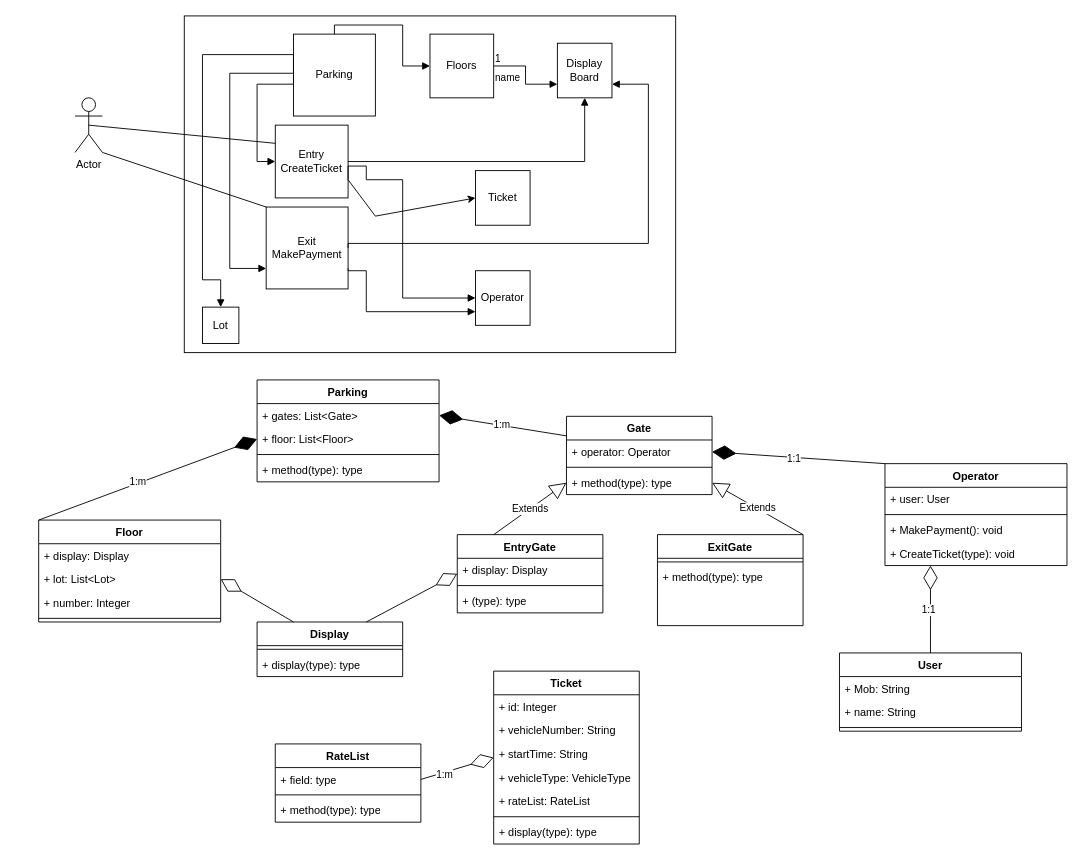
Above: DesignParkingLot.drawio in aktomer06/Draw.io (draw.io), before the change. Source tidied: cells renumbered, new cells numbered last; positions are measured from the earlier drawing's top-left corner, leaving out a move shared by most shapes. Both pictures are drawn from the tidied source at 91%, with x=0, y=0 at pixel (38, 15).
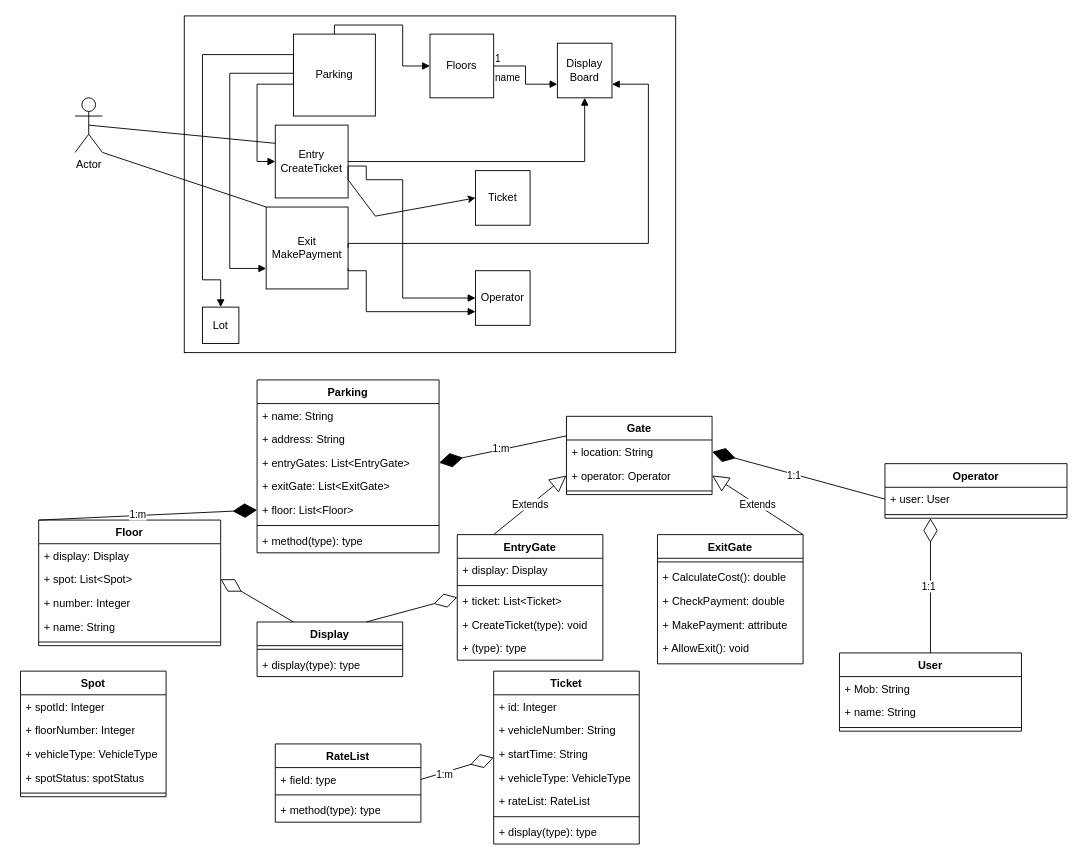
The same diagram, later.

The change refers to these unchanged cells:
```xml
<mxCell id="25" value="Gate" style="swimlane;fontStyle=1;align=center;verticalAlign=top;horizontal=1;startSize=26;whiteSpace=wrap;html=1;" parent="1" vertex="1">
  <mxGeometry x="580" y="440" width="160" height="86" as="geometry" />
</mxCell>
<mxCell id="46" value="+ user: User" style="text;strokeColor=none;fillColor=none;align=left;verticalAlign=top;spacingLeft=4;spacingRight=4;overflow=hidden;points=[[0,0.5],[1,0.5]];portConstraint=eastwest;whiteSpace=wrap;html=1;" parent="45" vertex="1">
  <mxGeometry y="26" width="200" height="26" as="geometry" />
</mxCell>
```

What changed in the source:
```diff
@@
+    <mxCell id="84" value="+ location: String" style="text;strokeColor=none;fillColor=none;align=left;verticalAlign=top;spacingLeft=4;spacingRight=4;overflow=hidden;points=[[0,0.5],[1,0.5]];portConstraint=eastwest;whiteSpace=wrap;html=1;" parent="25" vertex="1">
+      <mxGeometry y="26" width="160" height="26" as="geometry" />
+    </mxCell>
     <mxCell id="26" value="+ operator: Operator" style="text;strokeColor=none;fillColor=none;align=left;verticalAlign=top;spacingLeft=4;spacingRight=4;overflow=hidden;points=[[0,0.5],[1,0.5]];portConstraint=eastwest;whiteSpace=wrap;html=1;" parent="25" vertex="1">
-      <mxGeometry y="26" width="160" height="26" as="geometry" />
+      <mxGeometry y="52" width="160" height="26" as="geometry" />
     </mxCell>
     <mxCell id="27" style="line;strokeWidth=1;fillColor=none;align=left;verticalAlign=middle;spacingTop=-1;spacingLeft=3;spacingRight=3;labelPosition=right;strokeColor=inherit;" parent="25" vertex="1">
-      <mxGeometry y="52" width="160" height="8" as="geometry" />
+      <mxGeometry y="78" width="160" height="8" as="geometry" />
     </mxCell>
-    <mxCell id="28" value="+ method(type): type" style="text;strokeColor=none;fillColor=none;align=left;verticalAlign=top;spacingLeft=4;spacingRight=4;overflow=hidden;points=[[0,0.5],[1,0.5]];portConstraint=eastwest;whiteSpace=wrap;html=1;" parent="25" vertex="1">
-      <mxGeometry y="60" width="160" height="26" as="geometry" />
-    </mxCell>
     <mxCell id="29" value="Parking" style="swimlane;fontStyle=1;align=center;verticalAlign=top;horizontal=1;startSize=26;whiteSpace=wrap;html=1;" parent="1" vertex="1">
-      <mxGeometry x="240" y="400" width="200" height="112" as="geometry" />
+      <mxGeometry x="240" y="400" width="200" height="190" as="geometry" />
     </mxCell>
+    <mxCell id="85" value="+ name: String" style="text;strokeColor=none;fillColor=none;align=left;verticalAlign=top;spacingLeft=4;spacingRight=4;overflow=hidden;whiteSpace=wrap;html=1;" parent="29" vertex="1">
+      <mxGeometry y="26" width="200" height="26" as="geometry" />
+    </mxCell>
+    <mxCell id="86" value="+ address: String" style="text;strokeColor=none;fillColor=none;align=left;verticalAlign=top;spacingLeft=4;spacingRight=4;overflow=hidden;whiteSpace=wrap;html=1;" parent="29" vertex="1">
+      <mxGeometry y="52" width="200" height="26" as="geometry" />
+    </mxCell>
-    <mxCell id="30" value="+ gates: List&amp;lt;Gate&amp;gt;" style="text;strokeColor=none;fillColor=none;align=left;verticalAlign=top;spacingLeft=4;spacingRight=4;overflow=hidden;points=[[0,0.5],[1,0.5]];portConstraint=eastwest;whiteSpace=wrap;html=1;" parent="29" vertex="1">
-      <mxGeometry y="26" width="200" height="26" as="geometry" />
+    <mxCell id="30" value="+ entryGates: List&amp;lt;EntryGate&amp;gt;" style="text;strokeColor=none;fillColor=none;align=left;verticalAlign=top;spacingLeft=4;spacingRight=4;overflow=hidden;points=[[0,0.5],[1,0.5]];portConstraint=eastwest;whiteSpace=wrap;html=1;" parent="29" vertex="1">
+      <mxGeometry y="78" width="200" height="26" as="geometry" />
     </mxCell>
+    <mxCell id="87" value="+ exitGate: List&amp;lt;ExitGate&amp;gt;" style="text;strokeColor=none;fillColor=none;align=left;verticalAlign=top;spacingLeft=4;spacingRight=4;overflow=hidden;whiteSpace=wrap;html=1;" parent="29" vertex="1">
+      <mxGeometry y="104" width="200" height="26" as="geometry" />
+    </mxCell>
     <mxCell id="31" value="+ floor: List&amp;lt;Floor&amp;gt;" style="text;strokeColor=none;fillColor=none;align=left;verticalAlign=top;spacingLeft=4;spacingRight=4;overflow=hidden;points=[[0,0.5],[1,0.5]];portConstraint=eastwest;whiteSpace=wrap;html=1;" parent="29" vertex="1">
-      <mxGeometry y="52" width="200" height="26" as="geometry" />
+      <mxGeometry y="130" width="200" height="26" as="geometry" />
     </mxCell>
     <mxCell id="32" style="line;strokeWidth=1;fillColor=none;align=left;verticalAlign=middle;spacingTop=-1;spacingLeft=3;spacingRight=3;labelPosition=right;strokeColor=inherit;" parent="29" vertex="1">
-      <mxGeometry y="78" width="200" height="8" as="geometry" />
+      <mxGeometry y="156" width="200" height="8" as="geometry" />
     </mxCell>
     <mxCell id="33" value="+ method(type): type" style="text;strokeColor=none;fillColor=none;align=left;verticalAlign=top;spacingLeft=4;spacingRight=4;overflow=hidden;whiteSpace=wrap;html=1;" parent="29" vertex="1">
-      <mxGeometry y="86" width="200" height="26" as="geometry" />
+      <mxGeometry y="164" width="200" height="26" as="geometry" />
     </mxCell>
     <mxCell id="34" value="EntryGate" style="swimlane;fontStyle=1;align=center;verticalAlign=top;horizontal=1;startSize=26;whiteSpace=wrap;html=1;" parent="1" vertex="1">
-      <mxGeometry x="460" y="570" width="160" height="86" as="geometry" />
+      <mxGeometry x="460" y="570" width="160" height="138" as="geometry" />
     </mxCell>
@@
+    <mxCell id="88" value="+ ticket: List&amp;lt;Ticket&amp;gt;" style="text;strokeColor=none;fillColor=none;align=left;verticalAlign=top;spacingLeft=4;spacingRight=4;overflow=hidden;whiteSpace=wrap;html=1;" parent="34" vertex="1">
+      <mxGeometry y="60" width="160" height="26" as="geometry" />
+    </mxCell>
+    <mxCell id="49" value="+ CreateTicket(type): void" style="text;strokeColor=none;fillColor=none;align=left;verticalAlign=top;spacingLeft=4;spacingRight=4;overflow=hidden;whiteSpace=wrap;html=1;" parent="34" vertex="1">
+      <mxGeometry y="86" width="160" height="26" as="geometry" />
+    </mxCell>
     <mxCell id="37" value="+ (type): type" style="text;strokeColor=none;fillColor=none;align=left;verticalAlign=top;spacingLeft=4;spacingRight=4;overflow=hidden;whiteSpace=wrap;html=1;" parent="34" vertex="1">
-      <mxGeometry y="60" width="160" height="26" as="geometry" />
+      <mxGeometry y="112" width="160" height="26" as="geometry" />
     </mxCell>
     <mxCell id="38" value="ExitGate" style="swimlane;fontStyle=1;align=center;verticalAlign=top;horizontal=1;startSize=26;whiteSpace=wrap;html=1;" parent="1" vertex="1">
-      <mxGeometry x="680" y="570" width="160" height="100" as="geometry" />
+      <mxGeometry x="680" y="570" width="160" height="142" as="geometry" />
     </mxCell>
@@
-    <mxCell id="40" value="+ method(type): type" style="text;strokeColor=none;fillColor=none;align=left;verticalAlign=top;spacingLeft=4;spacingRight=4;overflow=hidden;whiteSpace=wrap;html=1;" parent="38" vertex="1">
-      <mxGeometry y="34" width="160" height="66" as="geometry" />
-    </mxCell>
+    <mxCell id="89" value="+ CalculateCost(): double" style="text;strokeColor=none;fillColor=none;align=left;verticalAlign=top;spacingLeft=4;spacingRight=4;overflow=hidden;whiteSpace=wrap;html=1;" parent="38" vertex="1">
+      <mxGeometry y="34" width="160" height="26" as="geometry" />
+    </mxCell>
+    <mxCell id="90" value="+ CheckPayment: double" style="text;strokeColor=none;fillColor=none;align=left;verticalAlign=top;spacingLeft=4;spacingRight=4;overflow=hidden;whiteSpace=wrap;html=1;" parent="38" vertex="1">
+      <mxGeometry y="60" width="160" height="26" as="geometry" />
+    </mxCell>
+    <mxCell id="91" value="+ MakePayment: attribute" style="text;strokeColor=none;fillColor=none;align=left;verticalAlign=top;spacingLeft=4;spacingRight=4;overflow=hidden;whiteSpace=wrap;html=1;" parent="38" vertex="1">
+      <mxGeometry y="86" width="160" height="26" as="geometry" />
+    </mxCell>
+    <mxCell id="48" value="+ AllowExit(): void" style="text;strokeColor=none;fillColor=none;align=left;verticalAlign=top;spacingLeft=4;spacingRight=4;overflow=hidden;whiteSpace=wrap;html=1;" parent="38" vertex="1">
+      <mxGeometry y="112" width="160" height="30" as="geometry" />
+    </mxCell>
-    <mxCell id="41" value="Extends" style="endArrow=block;endSize=16;endFill=0;html=1;rounded=0;entryX=0;entryY=0.5;entryDx=0;entryDy=0;exitX=0.25;exitY=0;exitDx=0;exitDy=0;" parent="1" edge="1" source="34" target="28">
+    <mxCell id="41" value="Extends" style="endArrow=block;endSize=16;endFill=0;html=1;rounded=0;entryX=0;entryY=0.5;entryDx=0;entryDy=0;exitX=0.25;exitY=0;exitDx=0;exitDy=0;" parent="1" edge="1" source="34" target="26">
       <mxGeometry relative="1" as="geometry" />
     </mxCell>
-    <mxCell id="42" value="Extends" style="endArrow=block;endSize=16;endFill=0;html=1;rounded=0;entryX=1;entryY=0.5;entryDx=0;entryDy=0;exitX=1;exitY=0;exitDx=0;exitDy=0;" parent="1" edge="1" source="38" target="28">
+    <mxCell id="42" value="Extends" style="endArrow=block;endSize=16;endFill=0;html=1;rounded=0;entryX=1;entryY=0.5;entryDx=0;entryDy=0;exitX=1;exitY=0;exitDx=0;exitDy=0;" parent="1" edge="1" source="38" target="26">
       <mxGeometry relative="1" as="geometry" />
     </mxCell>
@@
     <mxCell id="45" value="Operator" style="swimlane;fontStyle=1;align=center;verticalAlign=top;horizontal=1;startSize=26;whiteSpace=wrap;html=1;" parent="1" vertex="1">
-      <mxGeometry x="930" y="492" width="200" height="112" as="geometry" />
+      <mxGeometry x="930" y="492" width="200" height="60" as="geometry" />
     </mxCell>
@@
-    <mxCell id="48" value="+ MakePayment(): void" style="text;strokeColor=none;fillColor=none;align=left;verticalAlign=top;spacingLeft=4;spacingRight=4;overflow=hidden;whiteSpace=wrap;html=1;" parent="45" vertex="1">
-      <mxGeometry y="60" width="200" height="26" as="geometry" />
-    </mxCell>
-    <mxCell id="49" value="+ CreateTicket(type): void" style="text;strokeColor=none;fillColor=none;align=left;verticalAlign=top;spacingLeft=4;spacingRight=4;overflow=hidden;whiteSpace=wrap;html=1;" parent="45" vertex="1">
-      <mxGeometry y="86" width="200" height="26" as="geometry" />
-    </mxCell>
@@
-    <mxCell id="56" style="endArrow=diamondThin;endFill=1;endSize=24;html=1;rounded=0;exitX=0;exitY=0;exitDx=0;exitDy=0;entryX=1;entryY=0.5;entryDx=0;entryDy=0;" parent="1" edge="1" source="45" target="26">
+    <mxCell id="56" style="endArrow=diamondThin;endFill=1;endSize=24;html=1;rounded=0;exitX=0;exitY=0.5;exitDx=0;exitDy=0;entryX=1;entryY=0.5;entryDx=0;entryDy=0;" parent="1" edge="1" source="46" target="84">
       <mxGeometry relative="1" as="geometry" />
     </mxCell>
@@
     <mxCell id="58" value="Floor" style="swimlane;fontStyle=1;align=center;verticalAlign=top;horizontal=1;startSize=26;whiteSpace=wrap;html=1;" parent="1" vertex="1">
-      <mxGeometry y="554" width="200" height="112" as="geometry" />
+      <mxGeometry y="554" width="200" height="138" as="geometry" />
     </mxCell>
@@
-    <mxCell id="60" value="+ lot: List&amp;lt;Lot&amp;gt;" style="text;strokeColor=none;fillColor=none;align=left;verticalAlign=top;spacingLeft=4;spacingRight=4;overflow=hidden;points=[[0,0.5],[1,0.5]];portConstraint=eastwest;whiteSpace=wrap;html=1;" parent="58" vertex="1">
+    <mxCell id="60" value="+ spot: List&amp;lt;Spot&amp;gt;" style="text;strokeColor=none;fillColor=none;align=left;verticalAlign=top;spacingLeft=4;spacingRight=4;overflow=hidden;points=[[0,0.5],[1,0.5]];portConstraint=eastwest;whiteSpace=wrap;html=1;" parent="58" vertex="1">
       <mxGeometry y="52" width="200" height="26" as="geometry" />
     </mxCell>
@@
+    <mxCell id="92" value="+ name: String" style="text;strokeColor=none;fillColor=none;align=left;verticalAlign=top;spacingLeft=4;spacingRight=4;overflow=hidden;whiteSpace=wrap;html=1;" parent="58" vertex="1">
+      <mxGeometry y="104" width="200" height="26" as="geometry" />
+    </mxCell>
     <mxCell id="62" style="line;strokeWidth=1;fillColor=none;align=left;verticalAlign=middle;spacingTop=-1;spacingLeft=3;spacingRight=3;labelPosition=right;strokeColor=inherit;" parent="58" vertex="1">
-      <mxGeometry y="104" width="200" height="8" as="geometry" />
+      <mxGeometry y="130" width="200" height="8" as="geometry" />
     </mxCell>
@@
+    <mxCell id="93" value="Spot" style="swimlane;fontStyle=1;align=center;verticalAlign=top;horizontal=1;startSize=26;whiteSpace=wrap;html=1;" parent="1" vertex="1">
+      <mxGeometry x="-20" y="720" width="160" height="138" as="geometry" />
+    </mxCell>
+    <mxCell id="94" value="+ spotId: Integer" style="text;strokeColor=none;fillColor=none;align=left;verticalAlign=top;spacingLeft=4;spacingRight=4;overflow=hidden;whiteSpace=wrap;html=1;" parent="93" vertex="1">
+      <mxGeometry y="26" width="160" height="26" as="geometry" />
+    </mxCell>
+    <mxCell id="95" value="+ floorNumber: Integer" style="text;strokeColor=none;fillColor=none;align=left;verticalAlign=top;spacingLeft=4;spacingRight=4;overflow=hidden;whiteSpace=wrap;html=1;" parent="93" vertex="1">
+      <mxGeometry y="52" width="160" height="26" as="geometry" />
+    </mxCell>
+    <mxCell id="96" value="+ vehicleType: VehicleType" style="text;strokeColor=none;fillColor=none;align=left;verticalAlign=top;spacingLeft=4;spacingRight=4;overflow=hidden;whiteSpace=wrap;html=1;" parent="93" vertex="1">
+      <mxGeometry y="78" width="160" height="26" as="geometry" />
+    </mxCell>
+    <mxCell id="97" value="+ spotStatus: spotStatus" style="text;strokeColor=none;fillColor=none;align=left;verticalAlign=top;spacingLeft=4;spacingRight=4;overflow=hidden;whiteSpace=wrap;html=1;" parent="93" vertex="1">
+      <mxGeometry y="104" width="160" height="26" as="geometry" />
+    </mxCell>
+    <mxCell id="98" style="line;strokeWidth=1;fillColor=none;align=left;verticalAlign=middle;spacingTop=-1;spacingLeft=3;spacingRight=3;labelPosition=right;strokeColor=inherit;" parent="93" vertex="1">
+      <mxGeometry y="130" width="160" height="8" as="geometry" />
+    </mxCell>
```
